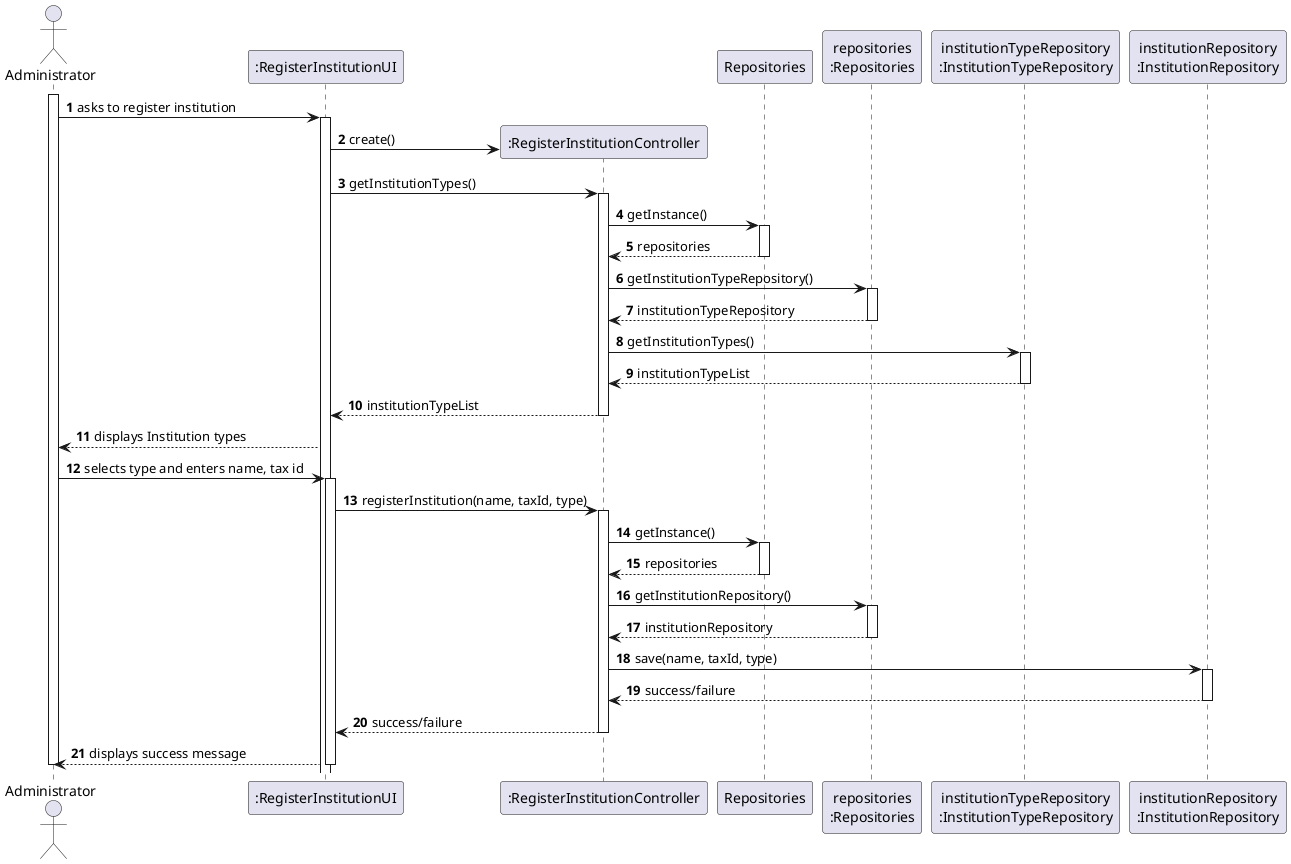
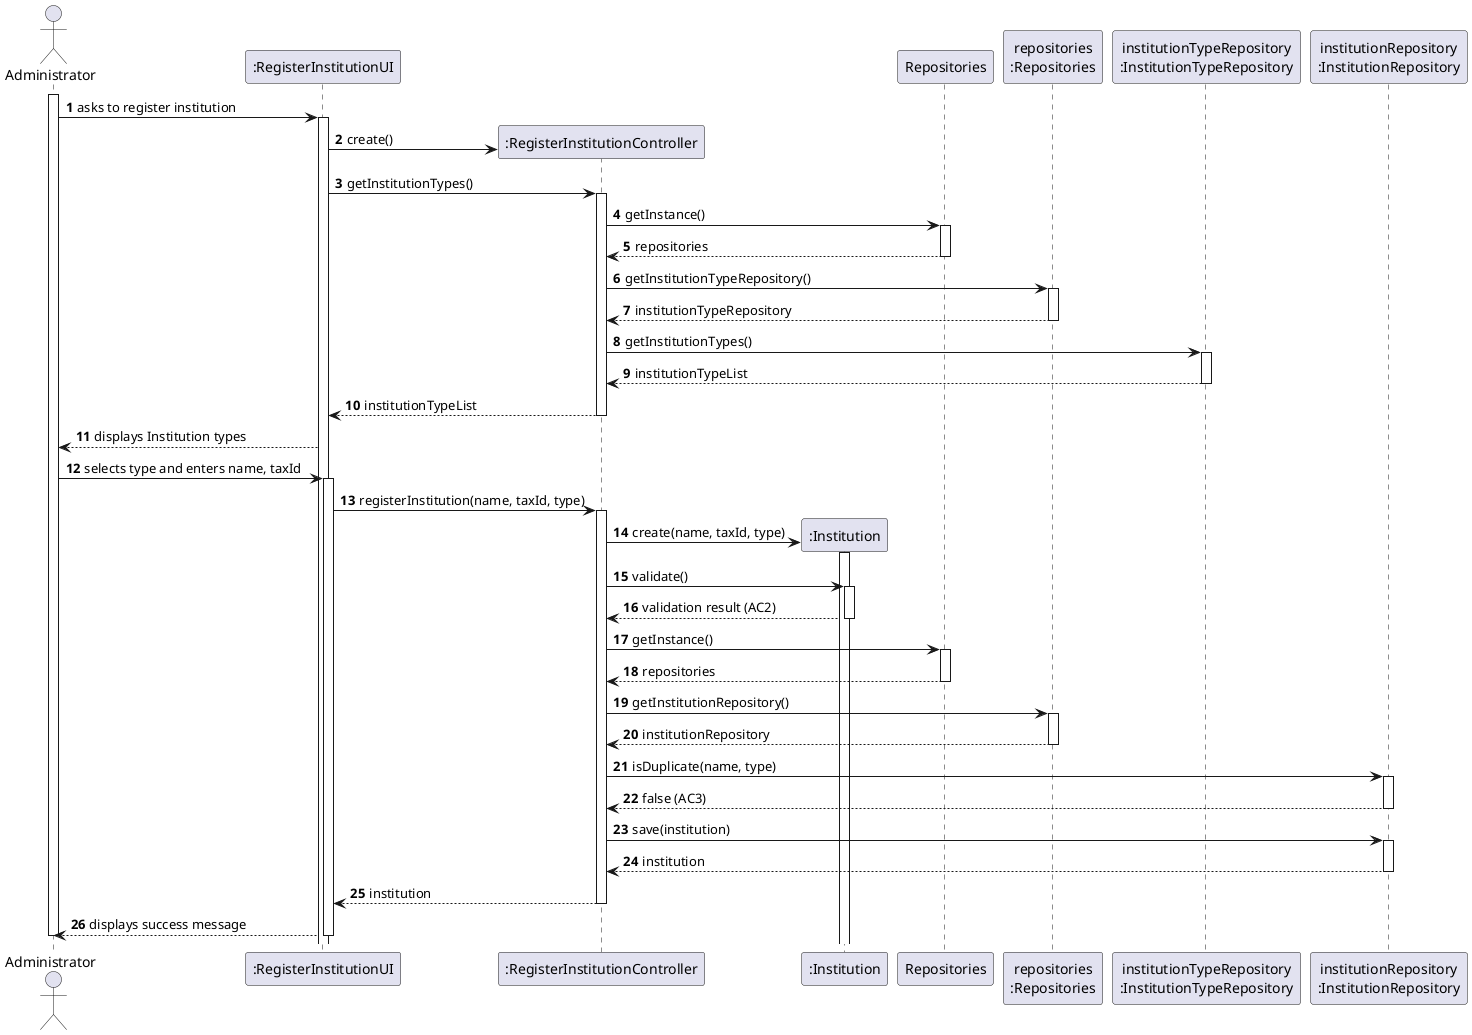
@startuml
skinparam packageStyle rectangle
skinparam shadowing false

autonumber

actor "Administrator" as ADMIN

participant ":RegisterInstitutionUI" as UI
participant ":RegisterInstitutionController" as CTRL
- 
+ participant ":Institution" as INST
participant "Repositories" as REPOS
participant "repositories\n:Repositories" as REPOS_SINGLETON
participant "institutionTypeRepository\n:InstitutionTypeRepository" as TYPE_REPO
participant "institutionRepository\n:InstitutionRepository" as INST_REPO

activate ADMIN

ADMIN -> UI : asks to register institution
activate UI

    UI -> CTRL** : create()

    UI -> CTRL : getInstitutionTypes()
    activate CTRL

        CTRL -> REPOS : getInstance()
        activate REPOS
            REPOS --> CTRL : repositories
        deactivate REPOS

        CTRL -> REPOS_SINGLETON : getInstitutionTypeRepository()
        activate REPOS_SINGLETON
            REPOS_SINGLETON --> CTRL : institutionTypeRepository
        deactivate REPOS_SINGLETON

        CTRL -> TYPE_REPO : getInstitutionTypes()
        activate TYPE_REPO
            TYPE_REPO --> CTRL : institutionTypeList
        deactivate TYPE_REPO

        CTRL --> UI : institutionTypeList
    deactivate CTRL

    UI --> ADMIN : displays Institution types

-     ADMIN -> UI : selects type and enters name, tax id
+     ADMIN -> UI : selects type and enters name, taxId
    activate UI

        UI -> CTRL : registerInstitution(name, taxId, type)
        activate CTRL
+ 
+             CTRL -> INST** : create(name, taxId, type)
+             activate INST
+             deactivate INST
+ 
+             CTRL -> INST : validate()
+             activate INST
+                 INST --> CTRL : validation result (AC2)
+             deactivate INST

            CTRL -> REPOS : getInstance()
            activate REPOS
                REPOS --> CTRL : repositories
            deactivate REPOS

            CTRL -> REPOS_SINGLETON : getInstitutionRepository()
            activate REPOS_SINGLETON
                REPOS_SINGLETON --> CTRL : institutionRepository
            deactivate REPOS_SINGLETON

-             CTRL -> INST_REPO : save(name, taxId, type)
+             CTRL -> INST_REPO : isDuplicate(name, type)
            activate INST_REPO
-                 INST_REPO --> CTRL : success/failure
+                 INST_REPO --> CTRL : false (AC3)
            deactivate INST_REPO

-             CTRL --> UI : success/failure
+             CTRL -> INST_REPO : save(institution)
+             activate INST_REPO
+                 INST_REPO --> CTRL : institution
+             deactivate INST_REPO
+ 
+             CTRL --> UI : institution
        deactivate CTRL

    UI --> ADMIN : displays success message

deactivate UI
deactivate ADMIN

@enduml
